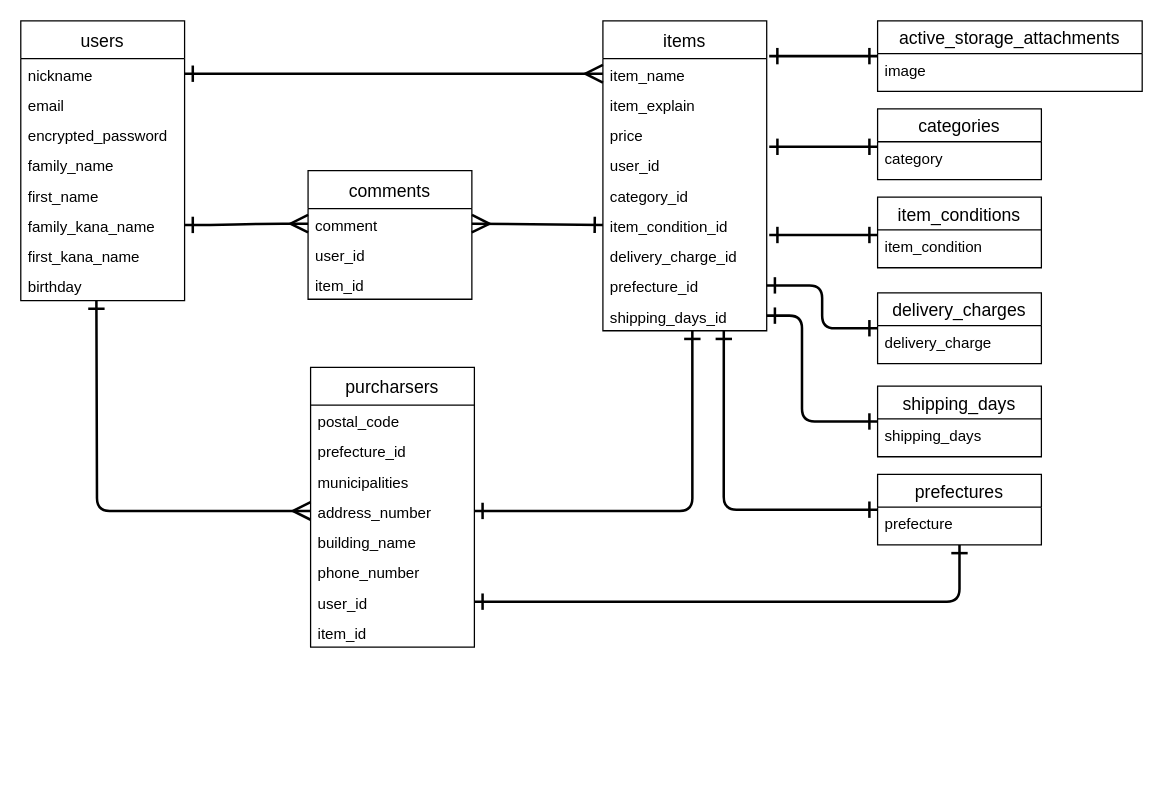
Above: データベースER図.dio in Ta-Tos/furima-37923 (draw.io), before the change. Source tidied: cells renumbered, new cells numbered last; positions are measured from the earlier drawing's top-left corner, leaving out a move shared by most shapes. Both pictures are drawn from the tidied source at 126%, with x=0, y=0 at pixel (20, 20).
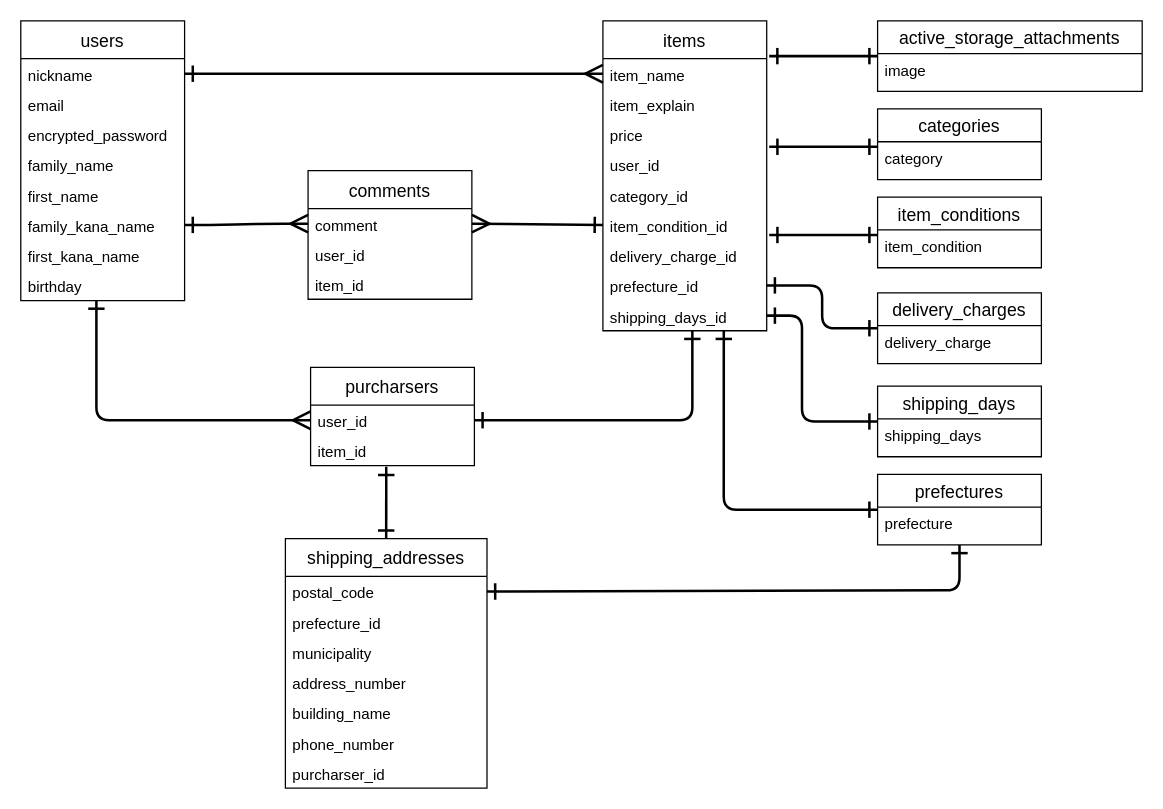
The same page after the edit.

Unchanged cells that the change refers to:
```xml
<mxCell id="2" value="users" style="swimlane;fontStyle=0;horizontal=1;startSize=30;align=center;fontSize=14;" parent="1" vertex="1">
  <mxGeometry width="130" height="222" as="geometry" />
</mxCell>
<mxCell id="22" value="shipping_days_id" style="text;strokeColor=none;fillColor=none;spacingLeft=4;spacingRight=4;overflow=hidden;points=[[0,0.5],[1,0.5]];portConstraint=eastwest;fontSize=12;" parent="13" vertex="1">
  <mxGeometry y="222" width="130" height="24" as="geometry" />
</mxCell>
<mxCell id="33" value="prefecture" style="text;strokeColor=none;fillColor=none;spacingLeft=4;spacingRight=4;overflow=hidden;points=[[0,0.5],[1,0.5]];portConstraint=eastwest;fontSize=12;" parent="32" vertex="1">
  <mxGeometry y="26" width="130" height="30" as="geometry" />
</mxCell>
```

What changed in the source:
```diff
@@
-    <mxCell id="11" style="edgeStyle=orthogonalEdgeStyle;fontSize=12;html=1;endArrow=ERmany;startArrow=ERone;exitX=1;exitY=0.5;exitDx=0;exitDy=0;strokeWidth=2;targetPerimeterSpacing=15;endSize=11;startSize=10;endFill=0;startFill=0;sourcePerimeterSpacing=15;jumpSize=6;entryX=0;entryY=0.5;entryDx=0;entryDy=0;" parent="2" edge="1" target="44">
+    <mxCell id="11" style="edgeStyle=orthogonalEdgeStyle;fontSize=12;html=1;endArrow=ERmany;startArrow=ERone;exitX=1;exitY=0.5;exitDx=0;exitDy=0;strokeWidth=2;targetPerimeterSpacing=15;endSize=11;startSize=10;endFill=0;startFill=0;sourcePerimeterSpacing=15;jumpSize=6;entryX=0;entryY=0.5;entryDx=0;entryDy=0;" parent="2" edge="1" target="47">
       <mxGeometry relative="1" as="geometry">
         <mxPoint x="60" y="222" as="sourcePoint" />
+        <Array as="points">
+          <mxPoint x="60" y="317" />
+        </Array>
       </mxGeometry>
     </mxCell>
-    <mxCell id="12" style="edgeStyle=orthogonalEdgeStyle;jumpSize=6;html=1;entryX=1;entryY=0.5;entryDx=0;entryDy=0;startArrow=ERone;startFill=0;endArrow=ERone;endFill=0;startSize=10;endSize=10;sourcePerimeterSpacing=15;targetPerimeterSpacing=15;strokeWidth=2;exitX=0.546;exitY=1;exitDx=0;exitDy=0;exitPerimeter=0;" parent="1" edge="1" source="22" target="44">
-      <mxGeometry relative="1" as="geometry" />
+    <mxCell id="12" style="edgeStyle=orthogonalEdgeStyle;jumpSize=6;html=1;startArrow=ERone;startFill=0;endArrow=ERone;endFill=0;startSize=10;endSize=10;sourcePerimeterSpacing=15;targetPerimeterSpacing=15;strokeWidth=2;exitX=0.546;exitY=1;exitDx=0;exitDy=0;exitPerimeter=0;entryX=1;entryY=0.5;entryDx=0;entryDy=0;" parent="1" edge="1" source="22" target="47">
+      <mxGeometry relative="1" as="geometry">
+        <Array as="points">
+          <mxPoint x="533" y="317" />
+        </Array>
+      </mxGeometry>
     </mxCell>
@@
     <mxCell id="40" value="purcharsers" style="swimlane;fontStyle=0;horizontal=1;startSize=30;align=center;fontSize=14;" parent="1" vertex="1">
-      <mxGeometry x="230" y="275" width="130" height="222" as="geometry" />
+      <mxGeometry x="230" y="275" width="130" height="78" as="geometry" />
     </mxCell>
-    <mxCell id="41" value="postal_code" style="text;strokeColor=none;fillColor=none;spacingLeft=4;spacingRight=4;overflow=hidden;points=[[0,0.5],[1,0.5]];portConstraint=eastwest;fontSize=12;" parent="40" vertex="1">
-      <mxGeometry y="30" width="130" height="24" as="geometry" />
-    </mxCell>
-    <mxCell id="42" value="prefecture_id" style="text;strokeColor=none;fillColor=none;spacingLeft=4;spacingRight=4;overflow=hidden;fontSize=12;" parent="40" vertex="1">
-      <mxGeometry y="54" width="130" height="24" as="geometry" />
-    </mxCell>
-    <mxCell id="43" value="municipalities" style="text;strokeColor=none;fillColor=none;spacingLeft=4;spacingRight=4;overflow=hidden;fontSize=12;" parent="40" vertex="1">
-      <mxGeometry y="78" width="130" height="24" as="geometry" />
-    </mxCell>
-    <mxCell id="44" value="address_number" style="text;strokeColor=none;fillColor=none;spacingLeft=4;spacingRight=4;overflow=hidden;points=[[0,0.5],[1,0.5]];portConstraint=eastwest;fontSize=12;" parent="40" vertex="1">
-      <mxGeometry y="102" width="130" height="24" as="geometry" />
-    </mxCell>
-    <mxCell id="45" value="building_name" style="text;strokeColor=none;fillColor=none;spacingLeft=4;spacingRight=4;overflow=hidden;fontSize=12;" parent="40" vertex="1">
-      <mxGeometry y="126" width="130" height="24" as="geometry" />
-    </mxCell>
-    <mxCell id="46" value="phone_number" style="text;strokeColor=none;fillColor=none;spacingLeft=4;spacingRight=4;overflow=hidden;fontSize=12;" parent="40" vertex="1">
-      <mxGeometry y="150" width="130" height="24" as="geometry" />
-    </mxCell>
     <mxCell id="47" value="user_id" style="text;strokeColor=none;fillColor=none;spacingLeft=4;spacingRight=4;overflow=hidden;points=[[0,0.5],[1,0.5]];portConstraint=eastwest;fontSize=12;" parent="40" vertex="1">
-      <mxGeometry y="174" width="130" height="24" as="geometry" />
+      <mxGeometry y="30" width="130" height="24" as="geometry" />
     </mxCell>
     <mxCell id="48" value="item_id" style="text;strokeColor=none;fillColor=none;spacingLeft=4;spacingRight=4;overflow=hidden;points=[[0,0.5],[1,0.5]];portConstraint=eastwest;fontSize=12;" parent="40" vertex="1">
-      <mxGeometry y="198" width="130" height="24" as="geometry" />
+      <mxGeometry y="54" width="130" height="24" as="geometry" />
     </mxCell>
@@
-    <mxCell id="57" style="edgeStyle=orthogonalEdgeStyle;jumpStyle=none;jumpSize=6;html=1;startArrow=ERone;startFill=0;endArrow=ERone;endFill=0;sourcePerimeterSpacing=0;targetPerimeterSpacing=0;strokeWidth=2;entryX=1;entryY=0.5;entryDx=0;entryDy=0;endSize=10;startSize=10;" parent="1" edge="1" source="33" target="47">
+    <mxCell id="57" style="edgeStyle=orthogonalEdgeStyle;jumpStyle=none;jumpSize=6;html=1;startArrow=ERone;startFill=0;endArrow=ERone;endFill=0;sourcePerimeterSpacing=0;targetPerimeterSpacing=0;strokeWidth=2;endSize=10;startSize=10;entryX=1;entryY=0.5;entryDx=0;entryDy=0;" parent="1" edge="1" source="33" target="41">
       <mxGeometry relative="1" as="geometry">
         <Array as="points">
-          <mxPoint x="745" y="461" />
+          <mxPoint x="745" y="452" />
         </Array>
       </mxGeometry>
     </mxCell>
+    <mxCell id="58" value="shipping_addresses" style="swimlane;fontStyle=0;horizontal=1;startSize=30;align=center;fontSize=14;" parent="1" vertex="1">
+      <mxGeometry x="210" y="411" width="160" height="198" as="geometry" />
+    </mxCell>
+    <mxCell id="41" value="postal_code" style="text;strokeColor=none;fillColor=none;spacingLeft=4;spacingRight=4;overflow=hidden;points=[[0,0.5],[1,0.5]];portConstraint=eastwest;fontSize=12;" parent="58" vertex="1">
+      <mxGeometry y="30" width="160" height="24" as="geometry" />
+    </mxCell>
+    <mxCell id="42" value="prefecture_id" style="text;strokeColor=none;fillColor=none;spacingLeft=4;spacingRight=4;overflow=hidden;fontSize=12;" parent="58" vertex="1">
+      <mxGeometry y="54" width="160" height="24" as="geometry" />
+    </mxCell>
+    <mxCell id="59" value="municipality" style="text;strokeColor=none;fillColor=none;spacingLeft=4;spacingRight=4;overflow=hidden;fontSize=12;" parent="58" vertex="1">
+      <mxGeometry y="78" width="160" height="24" as="geometry" />
+    </mxCell>
+    <mxCell id="44" value="address_number" style="text;strokeColor=none;fillColor=none;spacingLeft=4;spacingRight=4;overflow=hidden;points=[[0,0.5],[1,0.5]];portConstraint=eastwest;fontSize=12;" parent="58" vertex="1">
+      <mxGeometry y="102" width="160" height="24" as="geometry" />
+    </mxCell>
+    <mxCell id="45" value="building_name" style="text;strokeColor=none;fillColor=none;spacingLeft=4;spacingRight=4;overflow=hidden;fontSize=12;" parent="58" vertex="1">
+      <mxGeometry y="126" width="160" height="24" as="geometry" />
+    </mxCell>
+    <mxCell id="46" value="phone_number" style="text;strokeColor=none;fillColor=none;spacingLeft=4;spacingRight=4;overflow=hidden;fontSize=12;" parent="58" vertex="1">
+      <mxGeometry y="150" width="160" height="24" as="geometry" />
+    </mxCell>
+    <mxCell id="60" value="purcharser_id" style="text;strokeColor=none;fillColor=none;spacingLeft=4;spacingRight=4;overflow=hidden;fontSize=12;" parent="58" vertex="1">
+      <mxGeometry y="174" width="160" height="24" as="geometry" />
+    </mxCell>
+    <mxCell id="61" style="jumpStyle=none;jumpSize=6;html=1;startArrow=ERone;startFill=0;endArrow=ERone;endFill=0;sourcePerimeterSpacing=0;targetPerimeterSpacing=0;strokeWidth=2;endSize=10;startSize=10;entryX=0.5;entryY=0;entryDx=0;entryDy=0;exitX=0.462;exitY=1.042;exitDx=0;exitDy=0;exitPerimeter=0;" parent="1" edge="1" source="48" target="58">
+      <mxGeometry relative="1" as="geometry" />
+    </mxCell>
```
